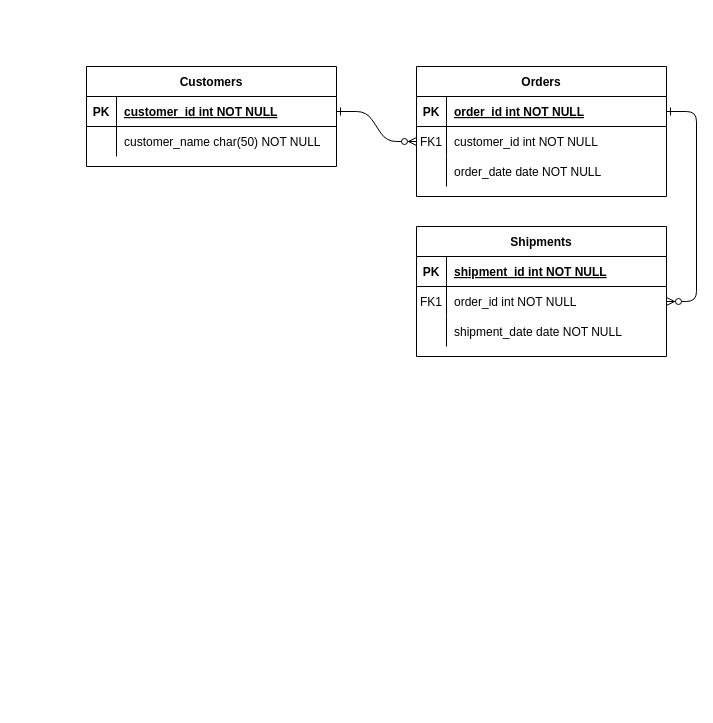
Earlier version of the draw.io diagram Untitled Diagram.drawio (Orca-github/Database_system). Source tidied: cells renumbered, new cells numbered last; positions are measured from the earlier drawing's top-left corner, leaving out a move shared by most shapes. Both pictures are drawn from the tidied source at 100%, with x=0, y=0 at pixel (86, 66).
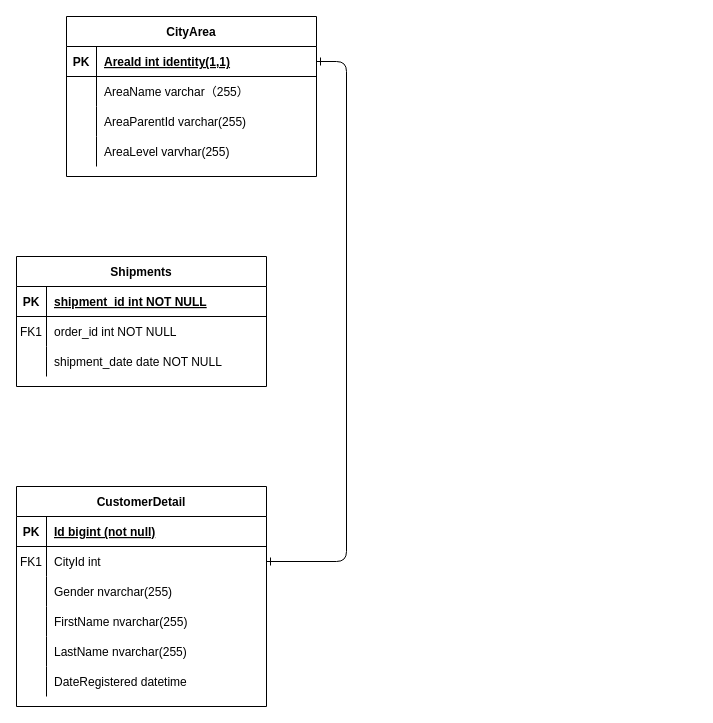
Above is the later version.

The change refers to these unchanged cells:
```xml
<mxCell id="5" style="shape=partialRectangle;fillColor=none;points=[[0,0.5],[1,0.5]];portConstraint=eastwest;top=0;left=0;right=0;bottom=1;" parent="4" vertex="1">
  <mxGeometry y="30" width="250" height="30" as="geometry" />
</mxCell>
<mxCell id="8" style="shape=partialRectangle;fillColor=none;points=[[0,0.5],[1,0.5]];portConstraint=eastwest;top=0;left=0;right=0;bottom=0;" parent="4" vertex="1">
  <mxGeometry y="60" width="250" height="30" as="geometry" />
</mxCell>
<mxCell id="11" style="shape=partialRectangle;fillColor=none;top=0;left=0;right=0;bottom=0;" parent="4" vertex="1">
  <mxGeometry y="90" width="250" height="30" as="geometry" />
</mxCell>
<mxCell id="18" style="shape=partialRectangle;fillColor=none;points=[[0,0.5],[1,0.5]];portConstraint=eastwest;top=0;left=0;right=0;bottom=0;" parent="14" vertex="1">
  <mxGeometry y="60" width="250" height="30" as="geometry" />
</mxCell>
<mxCell id="25" style="shape=partialRectangle;fillColor=none;points=[[0,0.5],[1,0.5]];portConstraint=eastwest;top=0;left=0;right=0;bottom=1;" parent="24" vertex="1">
  <mxGeometry y="30" width="250" height="30" as="geometry" />
</mxCell>
<mxCell id="28" style="shape=partialRectangle;fillColor=none;top=0;left=0;right=0;bottom=0;" parent="24" vertex="1">
  <mxGeometry y="60" width="250" height="30" as="geometry" />
</mxCell>
```

What changed in the source:
```diff
@@
-    <mxCell id="2" style="edgeStyle=entityRelationEdgeStyle;endArrow=ERzeroToMany;startArrow=ERone;endFill=1;startFill=0;" parent="1" edge="1" source="25" target="8">
+    <mxCell id="2" style="edgeStyle=entityRelationEdgeStyle;endArrow=ERone;startArrow=ERone;endFill=0;startFill=0;" parent="1" edge="1" source="25" target="8">
       <mxGeometry relative="1" as="geometry" />
     </mxCell>
-    <mxCell id="3" style="edgeStyle=entityRelationEdgeStyle;endArrow=ERzeroToMany;startArrow=ERone;endFill=1;startFill=0;" parent="1" edge="1" source="5" target="18">
-      <mxGeometry relative="1" as="geometry" />
-    </mxCell>
-    <mxCell id="4" value="Orders" style="shape=table;startSize=30;childLayout=tableLayout;rowLines=0;fontStyle=1;align=center;" parent="1" vertex="1">
-      <mxGeometry x="330" width="250" height="130" as="geometry" />
+    <mxCell id="4" value="CustomerDetail" style="shape=table;startSize=30;childLayout=tableLayout;rowLines=0;fontStyle=1;align=center;" parent="1" vertex="1">
+      <mxGeometry x="-70" y="420" width="250" height="220" as="geometry" />
     </mxCell>
@@
-    <mxCell id="7" value="order_id int NOT NULL " style="shape=partialRectangle;overflow=hidden;fillColor=none;top=0;left=0;bottom=0;right=0;align=left;spacingLeft=6;fontStyle=5;" parent="5" vertex="1">
+    <mxCell id="7" value="Id bigint (not null)" style="shape=partialRectangle;overflow=hidden;fillColor=none;top=0;left=0;bottom=0;right=0;align=left;spacingLeft=6;fontStyle=5;" parent="5" vertex="1">
       <mxGeometry x="30" width="220" height="30" as="geometry" />
     </mxCell>
@@
-    <mxCell id="10" value="customer_id int NOT NULL" style="shape=partialRectangle;overflow=hidden;fillColor=none;top=0;left=0;bottom=0;right=0;align=left;spacingLeft=6;" parent="8" vertex="1">
+    <mxCell id="10" value="CityId int" style="shape=partialRectangle;overflow=hidden;fillColor=none;top=0;left=0;bottom=0;right=0;align=left;spacingLeft=6;" parent="8" vertex="1">
       <mxGeometry x="30" width="220" height="30" as="geometry" />
     </mxCell>
@@
-    <mxCell id="13" value="order_date date NOT NULL" style="shape=partialRectangle;overflow=hidden;fillColor=none;top=0;left=0;bottom=0;right=0;align=left;spacingLeft=6;" parent="11" vertex="1">
+    <mxCell id="13" value="Gender nvarchar(255)" style="shape=partialRectangle;overflow=hidden;fillColor=none;top=0;left=0;bottom=0;right=0;align=left;spacingLeft=6;" parent="11" vertex="1">
       <mxGeometry x="30" width="220" height="30" as="geometry" />
     </mxCell>
+    <mxCell id="31" style="shape=partialRectangle;fillColor=none;top=0;left=0;right=0;bottom=0;" parent="4" vertex="1">
+      <mxGeometry y="120" width="250" height="30" as="geometry" />
+    </mxCell>
+    <mxCell id="32" style="shape=partialRectangle;overflow=hidden;fillColor=none;top=0;left=0;bottom=0;right=0;" parent="31" vertex="1">
+      <mxGeometry width="30" height="30" as="geometry" />
+    </mxCell>
+    <mxCell id="33" value="FirstName nvarchar(255)" style="shape=partialRectangle;overflow=hidden;fillColor=none;top=0;left=0;bottom=0;right=0;align=left;spacingLeft=6;" parent="31" vertex="1">
+      <mxGeometry x="30" width="220" height="30" as="geometry" />
+    </mxCell>
+    <mxCell id="34" style="shape=partialRectangle;fillColor=none;top=0;left=0;right=0;bottom=0;" parent="4" vertex="1">
+      <mxGeometry y="150" width="250" height="30" as="geometry" />
+    </mxCell>
+    <mxCell id="35" style="shape=partialRectangle;overflow=hidden;fillColor=none;top=0;left=0;bottom=0;right=0;" parent="34" vertex="1">
+      <mxGeometry width="30" height="30" as="geometry" />
+    </mxCell>
+    <mxCell id="36" value="LastName nvarchar(255)" style="shape=partialRectangle;overflow=hidden;fillColor=none;top=0;left=0;bottom=0;right=0;align=left;spacingLeft=6;" parent="34" vertex="1">
+      <mxGeometry x="30" width="220" height="30" as="geometry" />
+    </mxCell>
+    <mxCell id="37" style="shape=partialRectangle;fillColor=none;top=0;left=0;right=0;bottom=0;" parent="4" vertex="1">
+      <mxGeometry y="180" width="250" height="30" as="geometry" />
+    </mxCell>
+    <mxCell id="38" style="shape=partialRectangle;overflow=hidden;fillColor=none;top=0;left=0;bottom=0;right=0;" parent="37" vertex="1">
+      <mxGeometry width="30" height="30" as="geometry" />
+    </mxCell>
+    <mxCell id="39" value="DateRegistered datetime" style="shape=partialRectangle;overflow=hidden;fillColor=none;top=0;left=0;bottom=0;right=0;align=left;spacingLeft=6;" parent="37" vertex="1">
+      <mxGeometry x="30" width="220" height="30" as="geometry" />
+    </mxCell>
     <mxCell id="14" value="Shipments" style="shape=table;startSize=30;childLayout=tableLayout;rowLines=0;fontStyle=1;align=center;" parent="1" vertex="1">
-      <mxGeometry x="330" y="160" width="250" height="130" as="geometry" />
+      <mxGeometry x="-70" y="190" width="250" height="130" as="geometry" />
     </mxCell>
@@
-    <mxCell id="24" value="Customers" style="shape=table;startSize=30;childLayout=tableLayout;rowLines=0;fontStyle=1;align=center;" parent="1" vertex="1">
-      <mxGeometry width="250" height="100" as="geometry" />
+    <mxCell id="24" value="CityArea" style="shape=table;startSize=30;childLayout=tableLayout;rowLines=0;fontStyle=1;align=center;" parent="1" vertex="1">
+      <mxGeometry x="-20" y="-50" width="250" height="160" as="geometry" />
     </mxCell>
@@
-    <mxCell id="27" value="customer_id int NOT NULL " style="shape=partialRectangle;overflow=hidden;fillColor=none;top=0;left=0;bottom=0;right=0;align=left;spacingLeft=6;fontStyle=5;" parent="25" vertex="1">
+    <mxCell id="27" value="AreaId int identity(1,1)" style="shape=partialRectangle;overflow=hidden;fillColor=none;top=0;left=0;bottom=0;right=0;align=left;spacingLeft=6;fontStyle=5;" parent="25" vertex="1">
       <mxGeometry x="30" width="220" height="30" as="geometry" />
     </mxCell>
@@
-    <mxCell id="30" value="customer_name char(50) NOT NULL" style="shape=partialRectangle;overflow=hidden;fillColor=none;top=0;left=0;bottom=0;right=0;align=left;spacingLeft=6;" parent="28" vertex="1">
+    <mxCell id="30" value="AreaName varchar（255）" style="shape=partialRectangle;overflow=hidden;fillColor=none;top=0;left=0;bottom=0;right=0;align=left;spacingLeft=6;" parent="28" vertex="1">
       <mxGeometry x="30" width="220" height="30" as="geometry" />
     </mxCell>
+    <mxCell id="40" style="shape=partialRectangle;fillColor=none;top=0;left=0;right=0;bottom=0;" parent="24" vertex="1">
+      <mxGeometry y="90" width="250" height="30" as="geometry" />
+    </mxCell>
+    <mxCell id="41" style="shape=partialRectangle;overflow=hidden;fillColor=none;top=0;left=0;bottom=0;right=0;" parent="40" vertex="1">
+      <mxGeometry width="30" height="30" as="geometry" />
+    </mxCell>
+    <mxCell id="42" value="AreaParentId varchar(255)" style="shape=partialRectangle;overflow=hidden;fillColor=none;top=0;left=0;bottom=0;right=0;align=left;spacingLeft=6;" parent="40" vertex="1">
+      <mxGeometry x="30" width="220" height="30" as="geometry" />
+    </mxCell>
+    <mxCell id="43" style="shape=partialRectangle;fillColor=none;top=0;left=0;right=0;bottom=0;" parent="24" vertex="1">
+      <mxGeometry y="120" width="250" height="30" as="geometry" />
+    </mxCell>
+    <mxCell id="44" style="shape=partialRectangle;overflow=hidden;fillColor=none;top=0;left=0;bottom=0;right=0;" parent="43" vertex="1">
+      <mxGeometry width="30" height="30" as="geometry" />
+    </mxCell>
+    <mxCell id="45" value="AreaLevel varvhar(255)" style="shape=partialRectangle;overflow=hidden;fillColor=none;top=0;left=0;bottom=0;right=0;align=left;spacingLeft=6;" parent="43" vertex="1">
+      <mxGeometry x="30" width="220" height="30" as="geometry" />
+    </mxCell>
```
